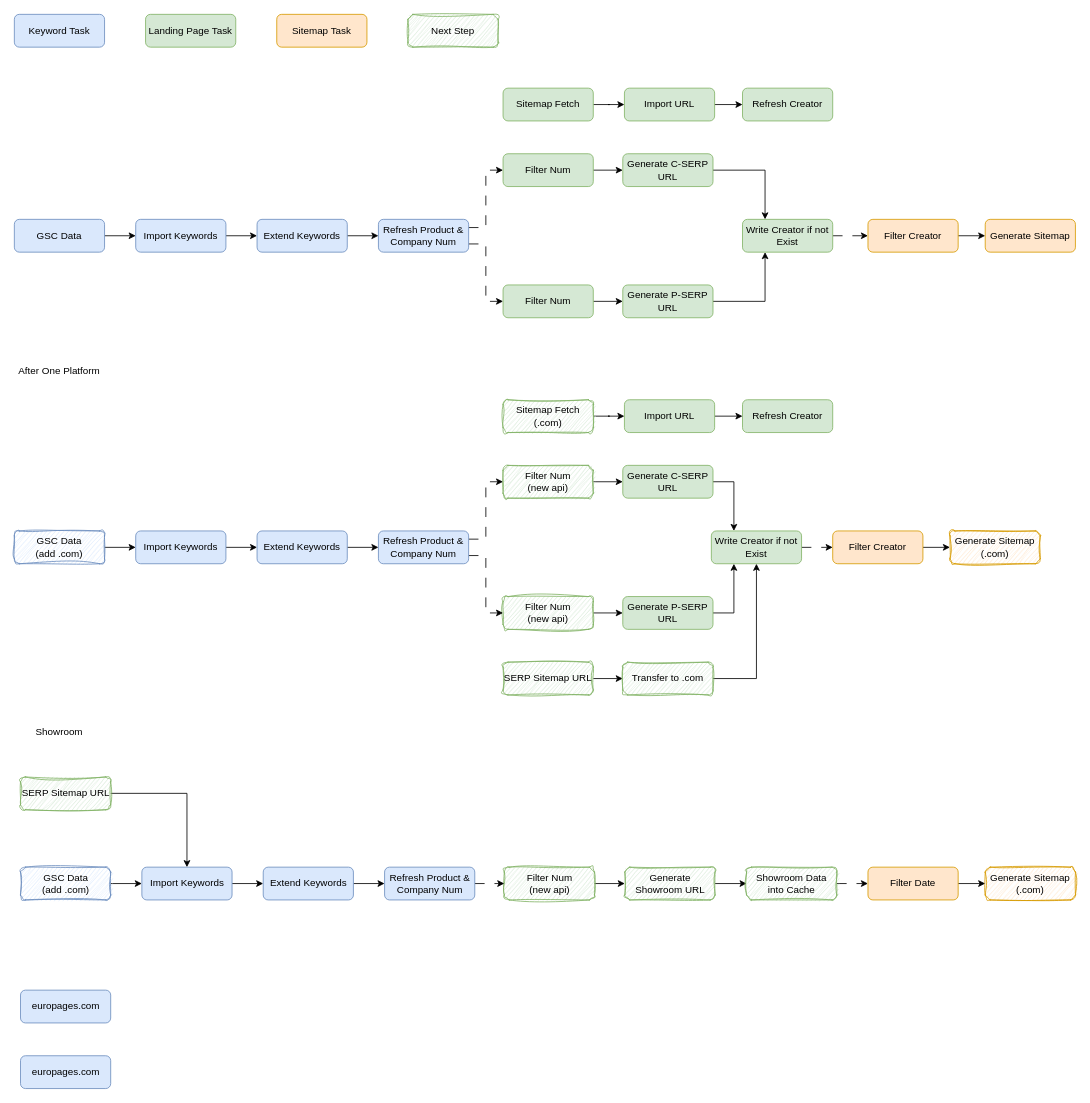
VisableHarry/seo-drawio keeps this draw.io diagram as drawio/ep_sitemap.drawio. Above is the earlier version. Source tidied: cells renumbered, new cells numbered last; positions are measured from the earlier drawing's top-left corner, leaving out a move shared by most shapes. Both pictures are drawn from the tidied source at 82%, with x=0, y=0 at pixel (14, 14).
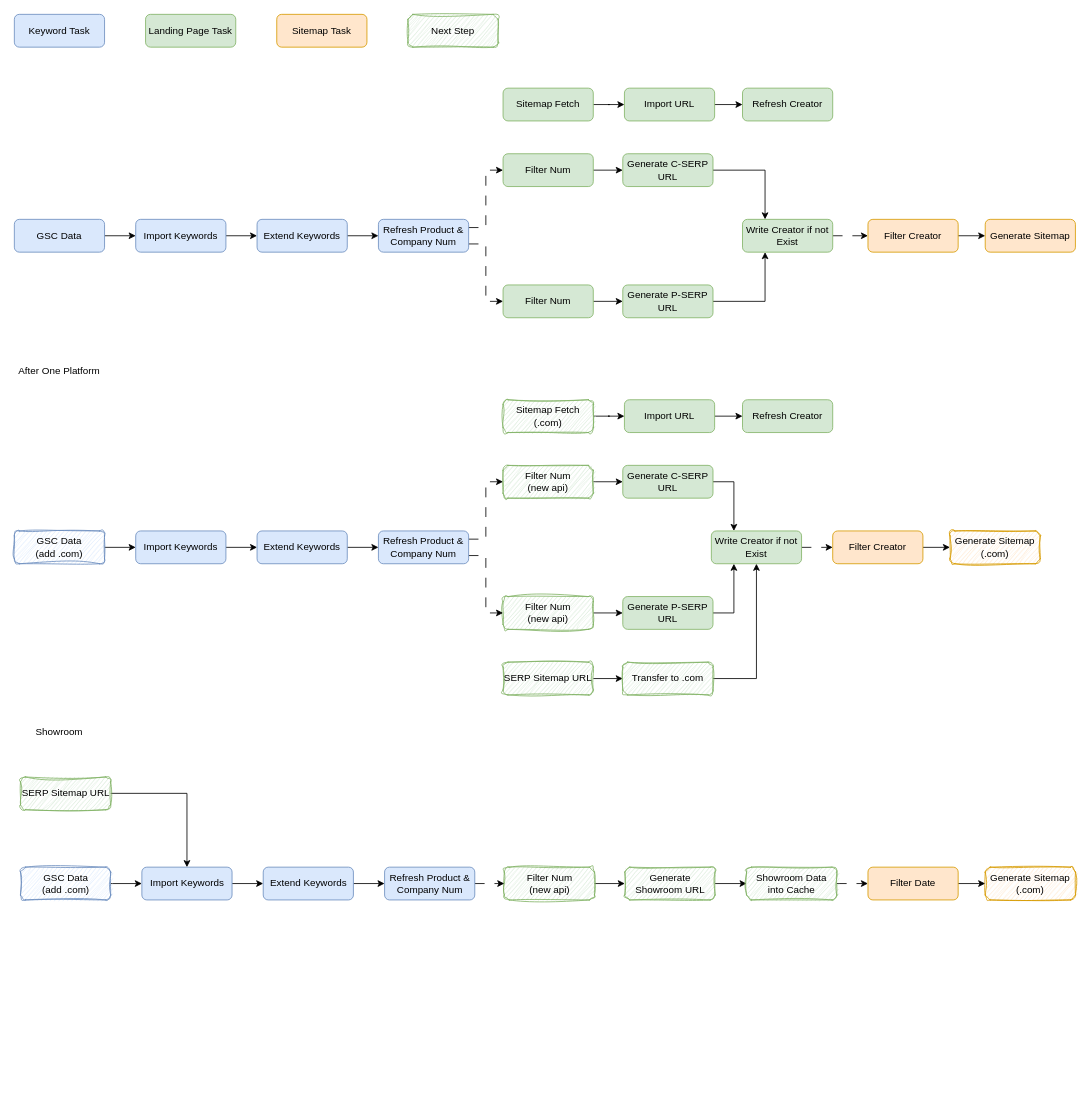
Above is the later version.

Diff of the diagram source:
```diff
@@
-    <mxCell id="85" value="europages.com" style="rounded=1;whiteSpace=wrap;html=1;fillColor=#dae8fc;strokeColor=#6c8ebf;" parent="1" vertex="1">
-      <mxGeometry x="7.5" y="1190" width="110" height="40" as="geometry" />
-    </mxCell>
-    <mxCell id="86" value="europages.com" style="rounded=1;whiteSpace=wrap;html=1;fillColor=#dae8fc;strokeColor=#6c8ebf;" parent="1" vertex="1">
-      <mxGeometry x="7.5" y="1270" width="110" height="40" as="geometry" />
-    </mxCell>
```
